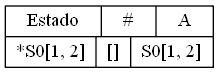
Above: TRANSICIONES_201700733/Transicion2.png in ByLy23/Regexitive-AFD-converter (Graphviz), before the change. Its source is kept beside it as Dot/Transicion2.dot. Its diagram source:
```dot
digraph Transiciones{
rankdir=LR
node[shape= record];
Trans[label="{Estado|#|A}|{*S0
[1, 2]|
[]|S0
[1, 2]}"];

}
```
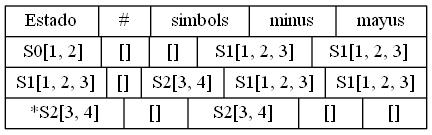
The same diagram one commit later.

The edit, as a diff of the source:
```diff
@@ -1,9 +1,21 @@
 digraph Transiciones{
 rankdir=LR
 node[shape= record];
-Trans[label="{Estado|#|A}|{*S0
+Trans[label="{Estado|#|simbols|minus|mayus}|{S0
 [1, 2]|
-[]|S0
-[1, 2]}"];
+[]|
+[]|S1
+[1, 2, 3]|S1
+[1, 2, 3]}|{S1
+[1, 2, 3]|
+[]|S2
+[3, 4]|S1
+[1, 2, 3]|S1
+[1, 2, 3]}|{*S2
+[3, 4]|
+[]|S2
+[3, 4]|
+[]|
+[]}"];
 
 }
```
